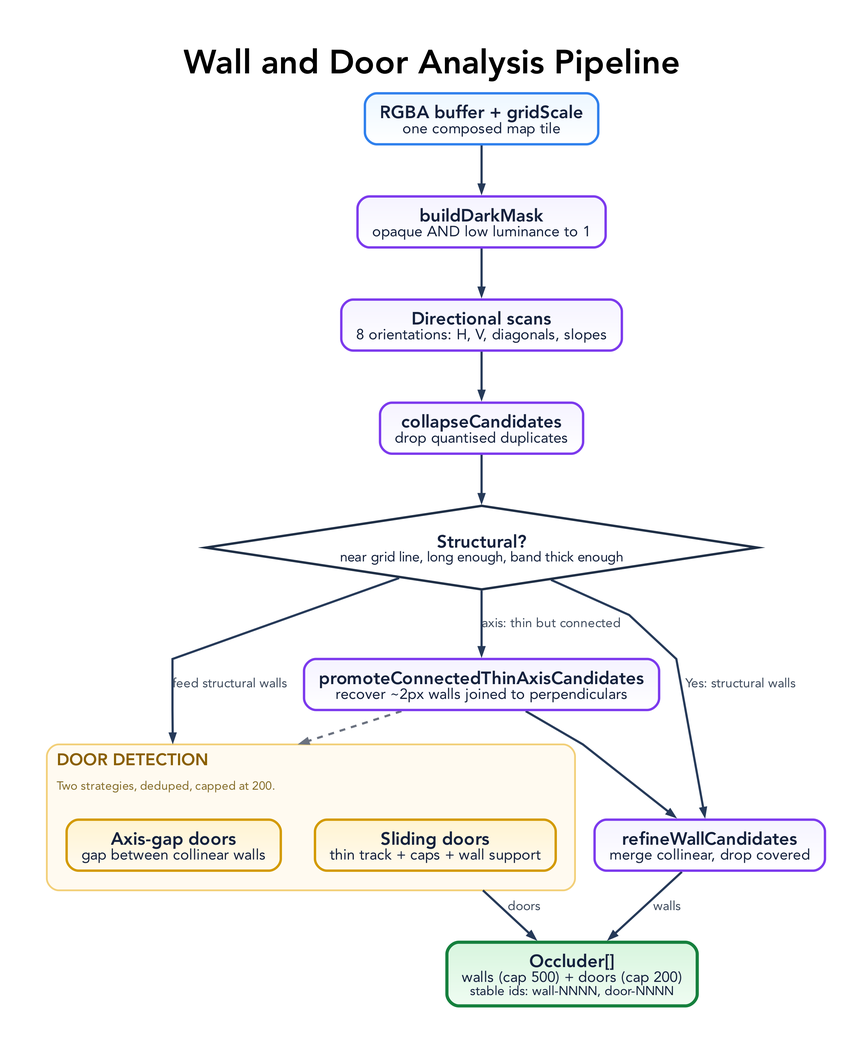
Earlier version of the Graphviz export docs/diagrams/analysis-pipeline.png (rgilks/line-of-sight). Its source is kept beside it as docs/diagrams/analysis-pipeline.dot. Its diagram source:
```dot
digraph AnalysisPipeline {
  graph [
    rankdir=TB,
    bgcolor="#ffffff",
    pad="0.55",
    nodesep="0.48",
    ranksep="0.72",
    splines=polyline,
    outputorder=edgesfirst,
    compound=true,
    newrank=true,
    forcelabels=true,
    fontname="Avenir",
    label=<
      <TABLE BORDER="0" CELLBORDER="0" CELLSPACING="0" CELLPADDING="0">
        <TR><TD><FONT POINT-SIZE="34"><B>Wall and Door Analysis Pipeline</B></FONT></TD></TR>
      </TABLE>
    >,
    labelloc=t,
    labeljust=c
  ];

  node [
    shape=box,
    style="rounded,filled",
    margin="0.21,0.13",
    width=2.85,
    height=0.72,
    fixedsize=false,
    fontname="Avenir",
    fontsize=18,
    penwidth=2.4,
    fontcolor="#14213d",
    color="#7c3aed",
    fillcolor="#f5f3ff:#ffffff",
    gradientangle=270
  ];

  edge [
    color="#263a59",
    fontname="Avenir",
    fontsize=13,
    fontcolor="#3d4a5c",
    penwidth=2.2,
    arrowsize=0.78
  ];

  IN [label=<<B>RGBA buffer + gridScale</B><BR/><FONT POINT-SIZE="15">one composed map tile</FONT>>, fillcolor="#edf7ff:#ffffff", color="#2f80ed"];

  M [label=<<B>buildDarkMask</B><BR/><FONT POINT-SIZE="15">opaque AND low luminance to 1</FONT>>];
  S [label=<<B>Directional scans</B><BR/><FONT POINT-SIZE="15">8 orientations: H, V, diagonals, slopes</FONT>>];
  CO [label=<<B>collapseCandidates</B><BR/><FONT POINT-SIZE="15">drop quantised duplicates</FONT>>];

  D1 [
    label=<<B>Structural?</B><BR/><FONT POINT-SIZE="14">near grid line, long enough, band thick enough</FONT>>,
    shape=diamond,
    style=filled,
    width=3.2,
    height=1.18,
    fillcolor="#ffffff",
    color="#1f2f46",
    penwidth=2.4
  ];

  PROMOTE [label=<<B>promoteConnectedThinAxisCandidates</B><BR/><FONT POINT-SIZE="15">recover ~2px walls joined to perpendiculars</FONT>>, width=3.4];

  subgraph cluster_doors {
    graph [
      label=<
        <TABLE BORDER="0" CELLBORDER="0" CELLSPACING="0" CELLPADDING="2">
          <TR><TD ALIGN="LEFT"><FONT POINT-SIZE="17" COLOR="#8a5f00"><B>DOOR DETECTION</B></FONT></TD></TR>
          <TR><TD ALIGN="LEFT"><FONT POINT-SIZE="12" COLOR="#836b27">Two strategies, deduped, capped at 200.</FONT></TD></TR>
        </TABLE>
      >,
      labelloc=t,
      labeljust=l,
      color="#f2cf78",
      fillcolor="#fffaf0",
      style="rounded,filled",
      penwidth=1.8,
      margin=20
    ];

    DR1 [label=<<B>Axis-gap doors</B><BR/><FONT POINT-SIZE="15">gap between collinear walls</FONT>>, fillcolor="#fff4d1:#fffaf0", color="#d39a00"];
    DR2 [label=<<B>Sliding doors</B><BR/><FONT POINT-SIZE="15">thin track + caps + wall support</FONT>>, fillcolor="#fff4d1:#fffaf0", color="#d39a00"];
  }

  REFINE [label=<<B>refineWallCandidates</B><BR/><FONT POINT-SIZE="15">merge collinear, drop covered</FONT>>];

  OUT [
    label=<<B>Occluder[]</B><BR/><FONT POINT-SIZE="15">walls (cap 500) + doors (cap 200)</FONT><BR/><FONT POINT-SIZE="13">stable ids: wall-NNNN, door-NNNN</FONT>>,
    fillcolor="#d8f5de:#effcf2",
    color="#15803d",
    penwidth=3.2
  ];

  IN -> M -> S -> CO -> D1;
  D1 -> PROMOTE [label="axis: thin but connected"];
  D1 -> REFINE [label="Yes: structural walls"];
  PROMOTE -> REFINE;
  D1 -> DR1 [label="feed structural walls", lhead=cluster_doors];
  PROMOTE -> DR1 [lhead=cluster_doors, style=dashed, color="#6b7280", fontcolor="#6b7280"];
  REFINE -> OUT [label="walls"];
  DR2 -> OUT [label="doors", ltail=cluster_doors];
}
```
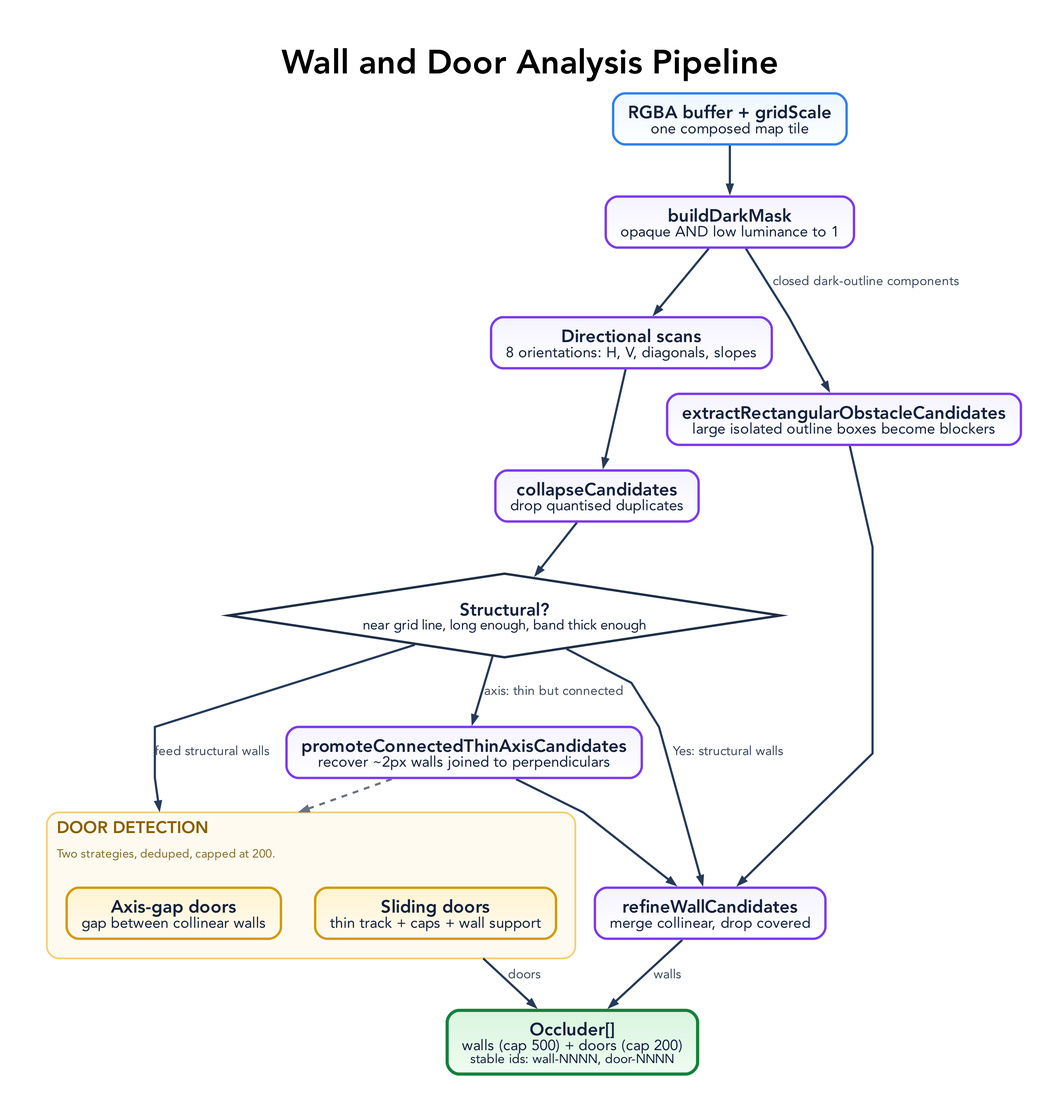
Above is the later version.

The edit, as a diff of the source:
```diff
@@ -63,6 +63,7 @@
   ];
 
   PROMOTE [label=<<B>promoteConnectedThinAxisCandidates</B><BR/><FONT POINT-SIZE="15">recover ~2px walls joined to perpendiculars</FONT>>, width=3.4];
+  RECT [label=<<B>extractRectangularObstacleCandidates</B><BR/><FONT POINT-SIZE="15">large isolated outline boxes become blockers</FONT>>, width=3.4];
 
   subgraph cluster_doors {
     graph [
@@ -97,7 +98,9 @@
   IN -> M -> S -> CO -> D1;
   D1 -> PROMOTE [label="axis: thin but connected"];
   D1 -> REFINE [label="Yes: structural walls"];
+  M -> RECT [label="closed dark-outline components"];
   PROMOTE -> REFINE;
+  RECT -> REFINE;
   D1 -> DR1 [label="feed structural walls", lhead=cluster_doors];
   PROMOTE -> DR1 [lhead=cluster_doors, style=dashed, color="#6b7280", fontcolor="#6b7280"];
   REFINE -> OUT [label="walls"];
```
